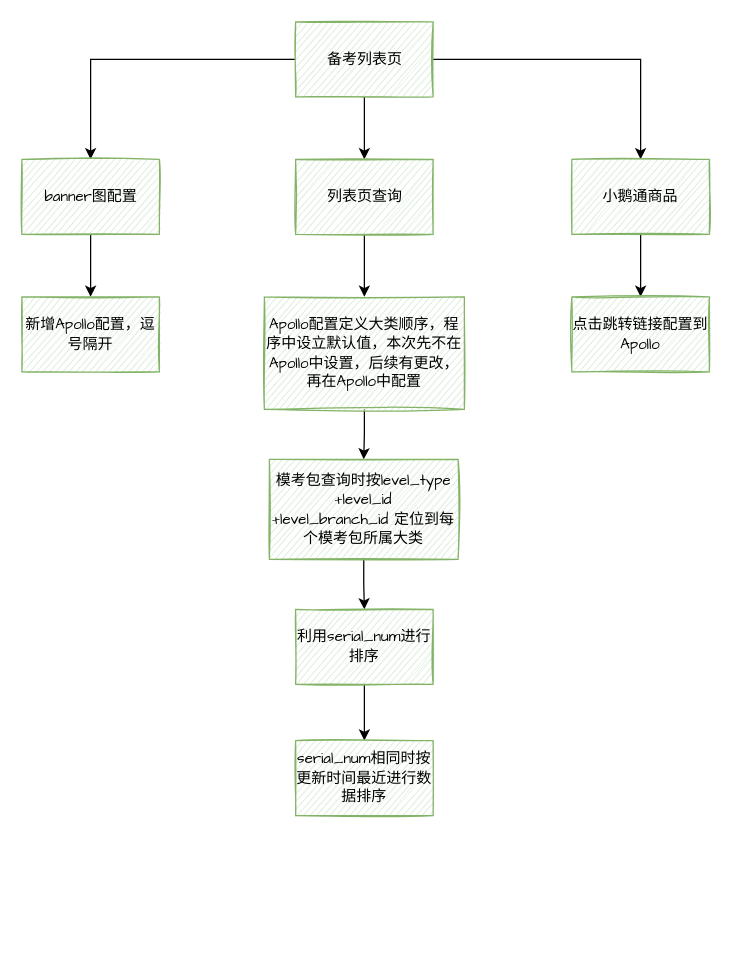
This is 流程图原件/H5备考页分析图.drawio from fengbird/JavaKnowledgeConstruct, a draw.io file, before an edit. Source tidied: cells renumbered, new cells numbered last; positions are measured from the earlier drawing's top-left corner, leaving out a move shared by most shapes. Both pictures are drawn from the tidied source at 125%, with x=0, y=0 at pixel (21, 21).
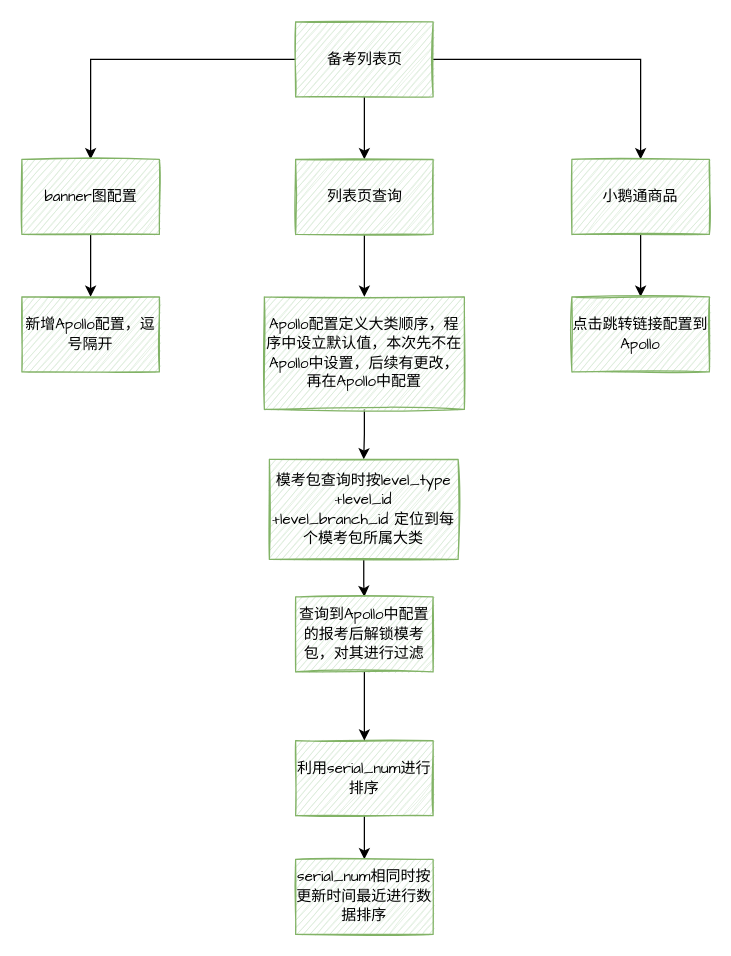
The same page after the edit.

Commit message (it also covers changes not shown here):
更新H5备考页分析图.drawio

The change refers to these unchanged cells:
```xml
<mxCell id="17" value="&lt;font face=&quot;Comic Sans MS&quot;&gt;模考包查询时按level_type&lt;br&gt;+level_id&lt;br&gt;+level_branch_id 定位到每个模考包所属大类&lt;/font&gt;" style="html=1;sketch=1;fillColor=#d5e8d4;strokeColor=#82b366;whiteSpace=wrap;" parent="1" vertex="1">
  <mxGeometry x="198" y="350" width="151" height="80" as="geometry" />
</mxCell>
```

Change to the diagram source:
```diff
@@
-    <mxCell id="16" style="edgeStyle=orthogonalEdgeStyle;rounded=0;jettySize=auto;html=1;entryX=0.5;entryY=0;entryDx=0;entryDy=0;" parent="1" edge="1" source="17" target="19">
-      <mxGeometry relative="1" as="geometry" />
-    </mxCell>
+    <mxCell id="21" style="edgeStyle=orthogonalEdgeStyle;rounded=0;jettySize=auto;html=1;entryX=0.5;entryY=0;entryDx=0;entryDy=0;" parent="1" edge="1" source="17" target="23">
+      <mxGeometry relative="1" as="geometry" />
+    </mxCell>
@@
     <mxCell id="19" value="&lt;font face=&quot;Comic Sans MS&quot;&gt;利用serial_num进行排序&lt;/font&gt;" style="html=1;sketch=1;fillColor=#d5e8d4;strokeColor=#82b366;whiteSpace=wrap;" parent="1" vertex="1">
-      <mxGeometry x="219" y="470" width="110" height="60" as="geometry" />
+      <mxGeometry x="219" y="575" width="110" height="60" as="geometry" />
     </mxCell>
     <mxCell id="20" value="&lt;font face=&quot;Comic Sans MS&quot;&gt;serial_num相同时按更新时间最近进行数据排序&lt;/font&gt;" style="html=1;sketch=1;fillColor=#d5e8d4;strokeColor=#82b366;whiteSpace=wrap;" parent="1" vertex="1">
-      <mxGeometry x="219" y="575" width="110" height="60" as="geometry" />
+      <mxGeometry x="219" y="670" width="110" height="60" as="geometry" />
     </mxCell>
+    <mxCell id="22" style="edgeStyle=orthogonalEdgeStyle;rounded=0;jettySize=auto;html=1;entryX=0.5;entryY=0;entryDx=0;entryDy=0;" parent="1" edge="1" source="23" target="19">
+      <mxGeometry relative="1" as="geometry" />
+    </mxCell>
+    <mxCell id="23" value="&lt;font face=&quot;Comic Sans MS&quot;&gt;查询到Apollo中配置的报考后解锁模考包，对其进行过滤&lt;/font&gt;" style="html=1;sketch=1;fillColor=#d5e8d4;strokeColor=#82b366;whiteSpace=wrap;" parent="1" vertex="1">
+      <mxGeometry x="219" y="460" width="110" height="60" as="geometry" />
+    </mxCell>
```
